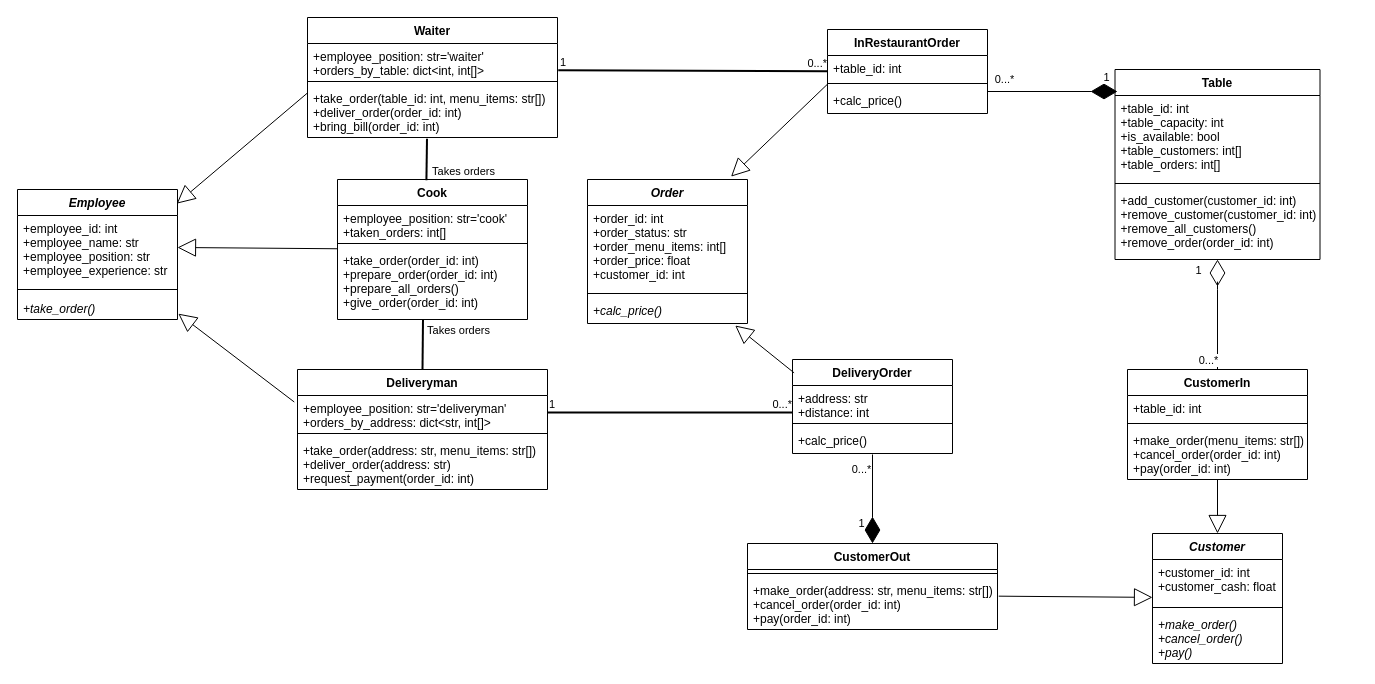
Earlier version of the draw.io diagram python/oop/restaurant/Restaurant_class_diagram.drawio (danil-nikitenko/python-education). Source tidied: cells renumbered, new cells numbered last; positions are measured from the earlier drawing's top-left corner, leaving out a move shared by most shapes. Both pictures are drawn from the tidied source at 100%, with x=0, y=0 at pixel (17, 17).
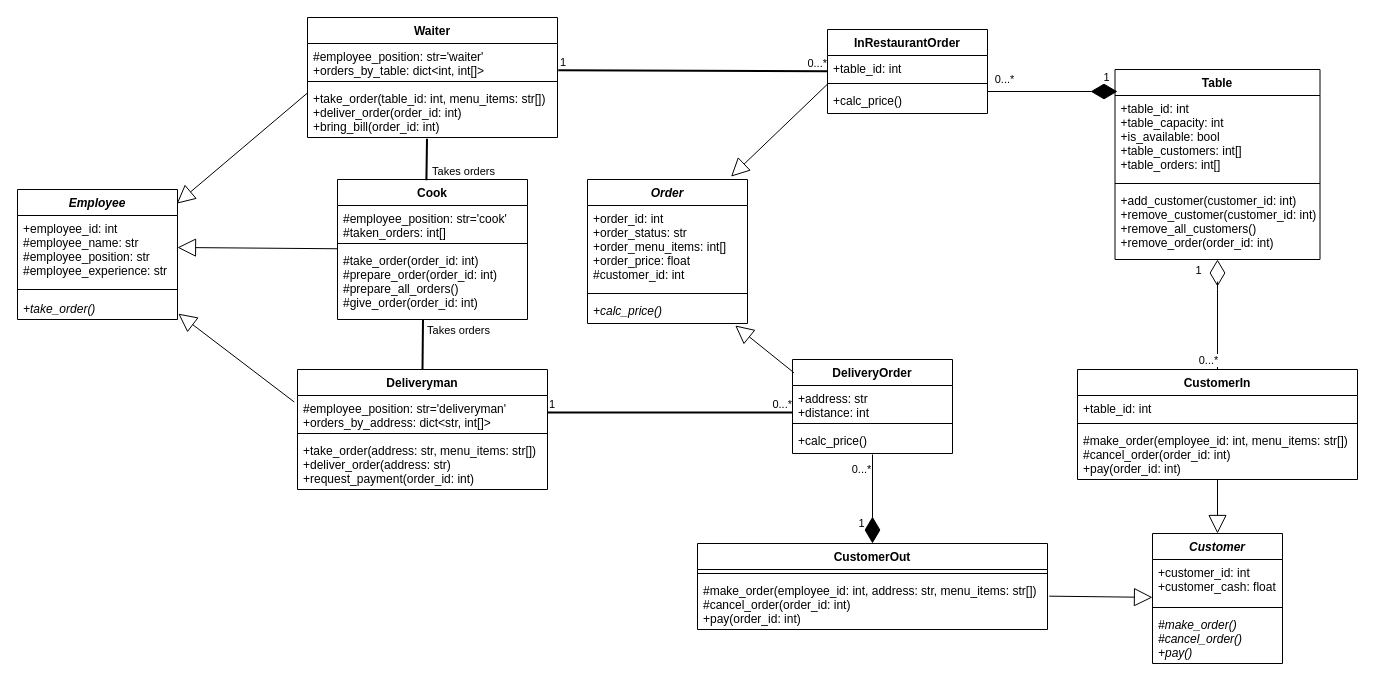
Above is the later version.

Commit message:
access modifiers changed

Unchanged cells that the change refers to:
```xml
<mxCell id="6" value="Employee" style="swimlane;fontStyle=3;align=center;verticalAlign=top;horizontal=1;startSize=26;" parent="1" vertex="1">
  <mxGeometry y="172" width="160" height="130" as="geometry" />
</mxCell>
<mxCell id="10" value="Waiter" style="swimlane;fontStyle=1;align=center;verticalAlign=top;horizontal=1;startSize=26;" parent="1" vertex="1">
  <mxGeometry x="290" width="250" height="120" as="geometry" />
</mxCell>
<mxCell id="14" value="Deliveryman" style="swimlane;fontStyle=1;align=center;verticalAlign=top;horizontal=1;startSize=26;" parent="1" vertex="1">
  <mxGeometry x="280" y="352" width="250" height="120" as="geometry" />
</mxCell>
<mxCell id="18" value="Cook" style="swimlane;fontStyle=1;align=center;verticalAlign=top;horizontal=1;startSize=26;" parent="1" vertex="1">
  <mxGeometry x="320" y="162" width="190" height="140" as="geometry" />
</mxCell>
<mxCell id="25" value="Order&#10;" style="swimlane;fontStyle=3;align=center;verticalAlign=top;horizontal=1;startSize=26;" parent="1" vertex="1">
  <mxGeometry x="570" y="162" width="160" height="144" as="geometry" />
</mxCell>
<mxCell id="47" value="Customer&#10;" style="swimlane;fontStyle=3;align=center;verticalAlign=top;horizontal=1;startSize=26;" parent="1" vertex="1">
  <mxGeometry x="1135" y="516" width="130" height="130" as="geometry" />
</mxCell>
```

What changed in the source:
```diff
@@
     <mxCell id="2" value="CustomerIn" style="swimlane;fontStyle=1;align=center;verticalAlign=top;horizontal=1;startSize=26;" parent="1" vertex="1">
-      <mxGeometry x="1110" y="352" width="180" height="110" as="geometry" />
+      <mxGeometry x="1060" y="352" width="280" height="110" as="geometry" />
     </mxCell>
     <mxCell id="3" value="+table_id: int&#10;" style="text;strokeColor=none;fillColor=none;align=left;verticalAlign=top;spacingLeft=4;spacingRight=4;overflow=hidden;" parent="2" vertex="1">
-      <mxGeometry y="26" width="180" height="24" as="geometry" />
+      <mxGeometry y="26" width="280" height="24" as="geometry" />
     </mxCell>
     <mxCell id="4" style="line;strokeWidth=1;fillColor=none;align=left;verticalAlign=middle;spacingTop=-1;spacingLeft=3;spacingRight=3;labelPosition=right;" parent="2" vertex="1">
-      <mxGeometry y="50" width="180" height="8" as="geometry" />
+      <mxGeometry y="50" width="280" height="8" as="geometry" />
     </mxCell>
-    <mxCell id="5" value="+make_order(menu_items: str[])&#10;+cancel_order(order_id: int)&#10;+pay(order_id: int)&#10;&#10;" style="text;strokeColor=none;fillColor=none;align=left;verticalAlign=top;spacingLeft=4;spacingRight=4;overflow=hidden;points=[[0,0.5],[1,0.5]];portConstraint=eastwest;" parent="2" vertex="1">
-      <mxGeometry y="58" width="180" height="52" as="geometry" />
+    <mxCell id="5" value="#make_order(employee_id: int, menu_items: str[])&#10;#cancel_order(order_id: int)&#10;+pay(order_id: int)&#10;&#10;" style="text;strokeColor=none;fillColor=none;align=left;verticalAlign=top;spacingLeft=4;spacingRight=4;overflow=hidden;points=[[0,0.5],[1,0.5]];portConstraint=eastwest;" parent="2" vertex="1">
+      <mxGeometry y="58" width="280" height="52" as="geometry" />
     </mxCell>
@@
-    <mxCell id="7" value="+employee_id: int&#10;+employee_name: str&#10;+employee_position: str&#10;+employee_experience: str&#10;" style="text;strokeColor=none;fillColor=none;align=left;verticalAlign=top;spacingLeft=4;spacingRight=4;overflow=hidden;points=[[0,0.5],[1,0.5]];portConstraint=eastwest;" parent="6" vertex="1">
+    <mxCell id="7" value="+employee_id: int&#10;#employee_name: str&#10;#employee_position: str&#10;#employee_experience: str&#10;" style="text;strokeColor=none;fillColor=none;align=left;verticalAlign=top;spacingLeft=4;spacingRight=4;overflow=hidden;points=[[0,0.5],[1,0.5]];portConstraint=eastwest;" parent="6" vertex="1">
       <mxGeometry y="26" width="160" height="64" as="geometry" />
     </mxCell>
@@
-    <mxCell id="11" value="+employee_position: str='waiter'&#10;+orders_by_table: dict&lt;int, int[]&gt;&#10;" style="text;strokeColor=none;fillColor=none;align=left;verticalAlign=top;spacingLeft=4;spacingRight=4;overflow=hidden;points=[[0,0.5],[1,0.5]];portConstraint=eastwest;" parent="10" vertex="1">
+    <mxCell id="11" value="#employee_position: str='waiter'&#10;+orders_by_table: dict&lt;int, int[]&gt;&#10;" style="text;strokeColor=none;fillColor=none;align=left;verticalAlign=top;spacingLeft=4;spacingRight=4;overflow=hidden;points=[[0,0.5],[1,0.5]];portConstraint=eastwest;" parent="10" vertex="1">
       <mxGeometry y="26" width="250" height="34" as="geometry" />
     </mxCell>
@@
-    <mxCell id="15" value="+employee_position: str='deliveryman'&#10;+orders_by_address: dict&lt;str, int[]&gt;&#10;" style="text;strokeColor=none;fillColor=none;align=left;verticalAlign=top;spacingLeft=4;spacingRight=4;overflow=hidden;points=[[0,0.5],[1,0.5]];portConstraint=eastwest;" parent="14" vertex="1">
+    <mxCell id="15" value="#employee_position: str='deliveryman'&#10;+orders_by_address: dict&lt;str, int[]&gt;&#10;" style="text;strokeColor=none;fillColor=none;align=left;verticalAlign=top;spacingLeft=4;spacingRight=4;overflow=hidden;points=[[0,0.5],[1,0.5]];portConstraint=eastwest;" parent="14" vertex="1">
       <mxGeometry y="26" width="250" height="34" as="geometry" />
     </mxCell>
@@
-    <mxCell id="19" value="+employee_position: str='cook'&#10;+taken_orders: int[]&#10;" style="text;strokeColor=none;fillColor=none;align=left;verticalAlign=top;spacingLeft=4;spacingRight=4;overflow=hidden;" parent="18" vertex="1">
+    <mxCell id="19" value="#employee_position: str='cook'&#10;#taken_orders: int[]&#10;" style="text;strokeColor=none;fillColor=none;align=left;verticalAlign=top;spacingLeft=4;spacingRight=4;overflow=hidden;" parent="18" vertex="1">
       <mxGeometry y="26" width="190" height="34" as="geometry" />
     </mxCell>
@@
-    <mxCell id="21" value="+take_order(order_id: int)&#10;+prepare_order(order_id: int)&#10;+prepare_all_orders()&#10;+give_order(order_id: int)&#10;" style="text;strokeColor=none;fillColor=none;align=left;verticalAlign=top;spacingLeft=4;spacingRight=4;overflow=hidden;points=[[0,0.5],[1,0.5]];portConstraint=eastwest;" parent="18" vertex="1">
+    <mxCell id="21" value="#take_order(order_id: int)&#10;#prepare_order(order_id: int)&#10;#prepare_all_orders()&#10;#give_order(order_id: int)&#10;" style="text;strokeColor=none;fillColor=none;align=left;verticalAlign=top;spacingLeft=4;spacingRight=4;overflow=hidden;points=[[0,0.5],[1,0.5]];portConstraint=eastwest;" parent="18" vertex="1">
       <mxGeometry y="68" width="190" height="72" as="geometry" />
     </mxCell>
@@
-    <mxCell id="26" value="+order_id: int&#10;+order_status: str&#10;+order_menu_items: int[]&#10;+order_price: float&#10;+customer_id: int&#10;&#10;&#10;&#10;" style="text;strokeColor=none;fillColor=none;align=left;verticalAlign=top;spacingLeft=4;spacingRight=4;overflow=hidden;" parent="25" vertex="1">
+    <mxCell id="26" value="+order_id: int&#10;+order_status: str&#10;+order_menu_items: int[]&#10;+order_price: float&#10;#customer_id: int&#10;&#10;&#10;&#10;" style="text;strokeColor=none;fillColor=none;align=left;verticalAlign=top;spacingLeft=4;spacingRight=4;overflow=hidden;" parent="25" vertex="1">
       <mxGeometry y="26" width="160" height="84" as="geometry" />
     </mxCell>
@@
-    <mxCell id="50" value="+make_order()&#10;+cancel_order()&#10;+pay()&#10;&#10;" style="text;strokeColor=none;fillColor=none;align=left;verticalAlign=top;spacingLeft=4;spacingRight=4;overflow=hidden;fontStyle=2;" parent="47" vertex="1">
+    <mxCell id="50" value="#make_order()&#10;#cancel_order()&#10;+pay()&#10;&#10;" style="text;strokeColor=none;fillColor=none;align=left;verticalAlign=top;spacingLeft=4;spacingRight=4;overflow=hidden;fontStyle=2;" parent="47" vertex="1">
       <mxGeometry y="78" width="130" height="52" as="geometry" />
     </mxCell>
     <mxCell id="51" value="CustomerOut" style="swimlane;fontStyle=1;align=center;verticalAlign=top;horizontal=1;startSize=26;" parent="1" vertex="1">
-      <mxGeometry x="730" y="526" width="250" height="86" as="geometry" />
+      <mxGeometry x="680" y="526" width="350" height="86" as="geometry" />
     </mxCell>
     <mxCell id="52" style="line;strokeWidth=1;fillColor=none;align=left;verticalAlign=middle;spacingTop=-1;spacingLeft=3;spacingRight=3;labelPosition=right;" parent="51" vertex="1">
-      <mxGeometry y="26" width="250" height="8" as="geometry" />
+      <mxGeometry y="26" width="350" height="8" as="geometry" />
     </mxCell>
-    <mxCell id="53" value="+make_order(address: str, menu_items: str[])&#10;+cancel_order(order_id: int)&#10;+pay(order_id: int)&#10;&#10;" style="text;strokeColor=none;fillColor=none;align=left;verticalAlign=top;spacingLeft=4;spacingRight=4;overflow=hidden;points=[[0,0.5],[1,0.5]];portConstraint=eastwest;" parent="51" vertex="1">
-      <mxGeometry y="34" width="250" height="52" as="geometry" />
+    <mxCell id="53" value="#make_order(employee_id: int, address: str, menu_items: str[])&#10;#cancel_order(order_id: int)&#10;+pay(order_id: int)&#10;&#10;" style="text;strokeColor=none;fillColor=none;align=left;verticalAlign=top;spacingLeft=4;spacingRight=4;overflow=hidden;points=[[0,0.5],[1,0.5]];portConstraint=eastwest;" parent="51" vertex="1">
+      <mxGeometry y="34" width="350" height="52" as="geometry" />
     </mxCell>
```
